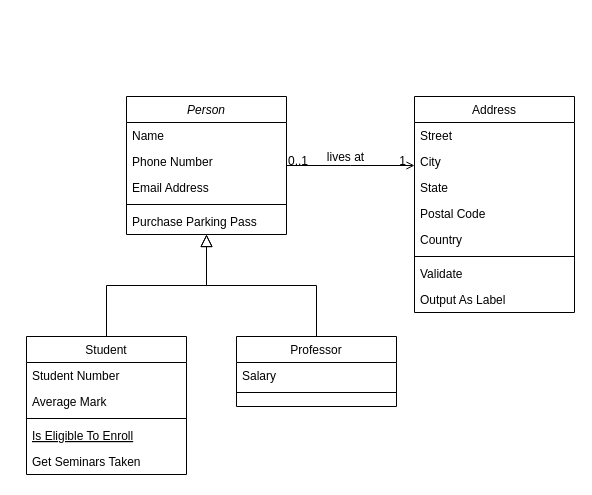
Before: data/Untitled Diagram.drawio in C-YooJin/library, a draw.io diagram. Source tidied: cells renumbered, new cells numbered last; positions are measured from the earlier drawing's top-left corner, leaving out a move shared by most shapes. Both pictures are drawn from the tidied source at 100%, with x=0, y=0 at pixel (26, 96).
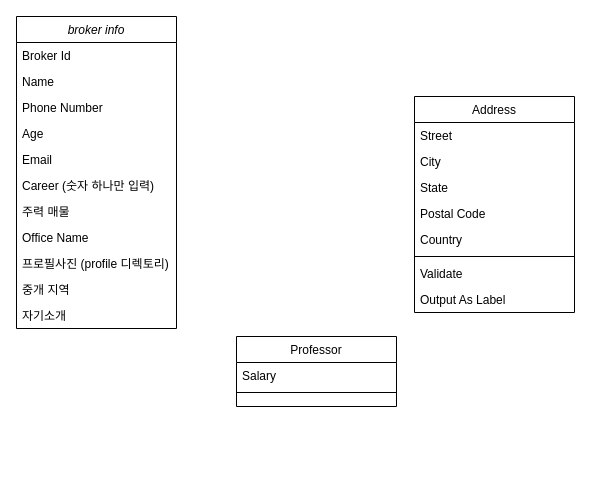
The same page after the edit.

Commit message:
Add broker info table

The change refers to these unchanged cells:
```xml
<mxCell id="15" value="Professor" style="swimlane;fontStyle=0;align=center;verticalAlign=top;horizontal=1;startSize=26;rounded=0;shadow=0;strokeWidth=1;" parent="1" vertex="1">
  <mxGeometry x="210" y="240" width="160" height="70" as="geometry" />
</mxCell>
<mxCell id="19" value="Address" style="swimlane;fontStyle=0;align=center;verticalAlign=top;horizontal=1;startSize=26;rounded=0;shadow=0;strokeWidth=1;" parent="1" vertex="1">
  <mxGeometry x="388" width="160" height="216" as="geometry" />
</mxCell>
```

Diff of the diagram source:
```diff
@@
-    <mxCell id="2" value="Person" style="swimlane;fontStyle=2;align=center;verticalAlign=top;horizontal=1;startSize=26;rounded=0;shadow=0;strokeWidth=1;" parent="1" vertex="1">
-      <mxGeometry x="100" width="160" height="138" as="geometry" />
+    <mxCell id="2" value="broker info" style="swimlane;fontStyle=2;align=center;verticalAlign=top;horizontal=1;startSize=26;rounded=0;shadow=0;strokeWidth=1;" parent="1" vertex="1">
+      <mxGeometry x="-10" y="-80" width="160" height="312" as="geometry" />
     </mxCell>
-    <mxCell id="3" value="Name" style="text;align=left;verticalAlign=top;spacingLeft=4;spacingRight=4;overflow=hidden;" parent="2" vertex="1">
+    <mxCell id="3" value="Broker Id" style="text;align=left;verticalAlign=top;spacingLeft=4;spacingRight=4;overflow=hidden;" parent="2" vertex="1">
       <mxGeometry y="26" width="160" height="26" as="geometry" />
     </mxCell>
-    <mxCell id="4" value="Phone Number" style="text;align=left;verticalAlign=top;spacingLeft=4;spacingRight=4;overflow=hidden;rounded=0;shadow=0;html=0;" parent="2" vertex="1">
+    <mxCell id="4" value="Name" style="text;align=left;verticalAlign=top;spacingLeft=4;spacingRight=4;overflow=hidden;rounded=0;shadow=0;html=0;" parent="2" vertex="1">
       <mxGeometry y="52" width="160" height="26" as="geometry" />
     </mxCell>
-    <mxCell id="5" value="Email Address" style="text;align=left;verticalAlign=top;spacingLeft=4;spacingRight=4;overflow=hidden;rounded=0;shadow=0;html=0;" parent="2" vertex="1">
-      <mxGeometry y="78" width="160" height="26" as="geometry" />
-    </mxCell>
-    <mxCell id="6" style="line;html=1;strokeWidth=1;align=left;verticalAlign=middle;spacingTop=-1;spacingLeft=3;spacingRight=3;labelPosition=right;" parent="2" vertex="1">
-      <mxGeometry y="104" width="160" height="8" as="geometry" />
-    </mxCell>
-    <mxCell id="7" value="Purchase Parking Pass" style="text;align=left;verticalAlign=top;spacingLeft=4;spacingRight=4;overflow=hidden;" parent="2" vertex="1">
-      <mxGeometry y="112" width="160" height="26" as="geometry" />
-    </mxCell>
-    <mxCell id="8" value="Student" style="swimlane;fontStyle=0;align=center;verticalAlign=top;horizontal=1;startSize=26;rounded=0;shadow=0;strokeWidth=1;" parent="1" vertex="1">
-      <mxGeometry y="240" width="160" height="138" as="geometry" />
-    </mxCell>
-    <mxCell id="9" value="Student Number" style="text;align=left;verticalAlign=top;spacingLeft=4;spacingRight=4;overflow=hidden;" parent="8" vertex="1">
-      <mxGeometry y="26" width="160" height="26" as="geometry" />
-    </mxCell>
-    <mxCell id="10" value="Average Mark" style="text;align=left;verticalAlign=top;spacingLeft=4;spacingRight=4;overflow=hidden;rounded=0;shadow=0;html=0;" parent="8" vertex="1">
-      <mxGeometry y="52" width="160" height="26" as="geometry" />
-    </mxCell>
-    <mxCell id="11" style="line;html=1;strokeWidth=1;align=left;verticalAlign=middle;spacingTop=-1;spacingLeft=3;spacingRight=3;labelPosition=right;" parent="8" vertex="1">
-      <mxGeometry y="78" width="160" height="8" as="geometry" />
-    </mxCell>
-    <mxCell id="12" value="Is Eligible To Enroll" style="text;align=left;verticalAlign=top;spacingLeft=4;spacingRight=4;overflow=hidden;fontStyle=4;" parent="8" vertex="1">
-      <mxGeometry y="86" width="160" height="26" as="geometry" />
-    </mxCell>
-    <mxCell id="13" value="Get Seminars Taken" style="text;align=left;verticalAlign=top;spacingLeft=4;spacingRight=4;overflow=hidden;" parent="8" vertex="1">
-      <mxGeometry y="112" width="160" height="26" as="geometry" />
-    </mxCell>
-    <mxCell id="14" style="endArrow=block;endSize=10;endFill=0;shadow=0;strokeWidth=1;rounded=0;edgeStyle=elbowEdgeStyle;elbow=vertical;" parent="1" edge="1" source="8" target="2">
-      <mxGeometry relative="1" as="geometry" />
-    </mxCell>
+    <mxCell id="32" value="Phone Number" style="text;align=left;verticalAlign=top;spacingLeft=4;spacingRight=4;overflow=hidden;rounded=0;shadow=0;html=0;" parent="2" vertex="1">
+      <mxGeometry y="78" width="160" height="26" as="geometry" />
+    </mxCell>
+    <mxCell id="33" value="Age" style="text;align=left;verticalAlign=top;spacingLeft=4;spacingRight=4;overflow=hidden;rounded=0;shadow=0;html=0;" parent="2" vertex="1">
+      <mxGeometry y="104" width="160" height="26" as="geometry" />
+    </mxCell>
+    <mxCell id="34" value="Email" style="text;align=left;verticalAlign=top;spacingLeft=4;spacingRight=4;overflow=hidden;rounded=0;shadow=0;html=0;" parent="2" vertex="1">
+      <mxGeometry y="130" width="160" height="26" as="geometry" />
+    </mxCell>
+    <mxCell id="35" value="Career (숫자 하나만 입력)" style="text;align=left;verticalAlign=top;spacingLeft=4;spacingRight=4;overflow=hidden;rounded=0;shadow=0;html=0;" parent="2" vertex="1">
+      <mxGeometry y="156" width="160" height="26" as="geometry" />
+    </mxCell>
+    <mxCell id="36" value="주력 매물" style="text;align=left;verticalAlign=top;spacingLeft=4;spacingRight=4;overflow=hidden;rounded=0;shadow=0;html=0;" parent="2" vertex="1">
+      <mxGeometry y="182" width="160" height="26" as="geometry" />
+    </mxCell>
+    <mxCell id="37" value="Office Name" style="text;align=left;verticalAlign=top;spacingLeft=4;spacingRight=4;overflow=hidden;rounded=0;shadow=0;html=0;" parent="2" vertex="1">
+      <mxGeometry y="208" width="160" height="26" as="geometry" />
+    </mxCell>
+    <mxCell id="38" value="프로필사진 (profile 디렉토리)" style="text;align=left;verticalAlign=top;spacingLeft=4;spacingRight=4;overflow=hidden;rounded=0;shadow=0;html=0;" parent="2" vertex="1">
+      <mxGeometry y="234" width="160" height="26" as="geometry" />
+    </mxCell>
+    <mxCell id="39" value="중개 지역" style="text;align=left;verticalAlign=top;spacingLeft=4;spacingRight=4;overflow=hidden;rounded=0;shadow=0;html=0;" parent="2" vertex="1">
+      <mxGeometry y="260" width="160" height="26" as="geometry" />
+    </mxCell>
+    <mxCell id="40" value="자기소개" style="text;align=left;verticalAlign=top;spacingLeft=4;spacingRight=4;overflow=hidden;rounded=0;shadow=0;html=0;" parent="2" vertex="1">
+      <mxGeometry y="286" width="160" height="26" as="geometry" />
+    </mxCell>
@@
-    <mxCell id="18" style="endArrow=block;endSize=10;endFill=0;shadow=0;strokeWidth=1;rounded=0;edgeStyle=elbowEdgeStyle;elbow=vertical;" parent="1" edge="1" source="15" target="2">
-      <mxGeometry relative="1" as="geometry" />
-    </mxCell>
@@
-    <mxCell id="28" style="endArrow=open;shadow=0;strokeWidth=1;rounded=0;endFill=1;edgeStyle=elbowEdgeStyle;elbow=vertical;" parent="1" edge="1" source="2" target="19">
-      <mxGeometry x="0.5" y="41" relative="1" as="geometry">
-        <mxPoint x="-40" y="32" as="offset" />
-      </mxGeometry>
-    </mxCell>
-    <mxCell id="29" value="0..1" style="align=left;verticalAlign=bottom;labelBackgroundColor=none;fontSize=12;" parent="28" vertex="1">
-      <mxGeometry x="-1" relative="1" as="geometry">
-        <mxPoint y="4" as="offset" />
-      </mxGeometry>
-    </mxCell>
-    <mxCell id="30" value="1" style="align=right;verticalAlign=bottom;labelBackgroundColor=none;fontSize=12;" parent="28" vertex="1">
-      <mxGeometry x="1" relative="1" as="geometry">
-        <mxPoint x="-7" y="4" as="offset" />
-      </mxGeometry>
-    </mxCell>
-    <mxCell id="31" value="lives at" style="text;html=1;align=center;verticalAlign=middle;labelBackgroundColor=none;rounded=0;shadow=0;strokeWidth=1;fontSize=12;" parent="28" vertex="1">
-      <mxGeometry x="0.5" y="49" relative="1" as="geometry">
-        <mxPoint x="-38" y="40" as="offset" />
-      </mxGeometry>
-    </mxCell>
```
